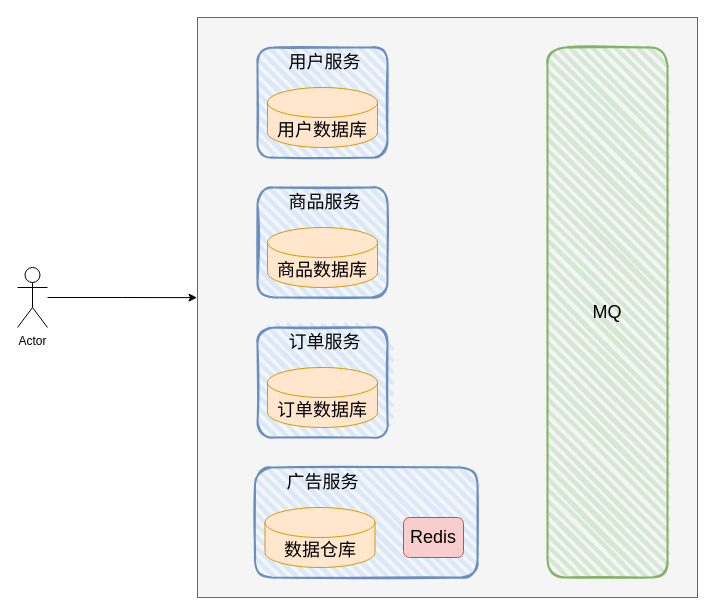
Above: 第三届字节跳动青训营/day14-微服务架构.drawio in nateshao/blog-image (draw.io), before the change. Source tidied: cells renumbered, new cells numbered last; positions are measured from the earlier drawing's top-left corner, leaving out a move shared by most shapes. Both pictures are drawn from the tidied source at 100%, with x=0, y=0 at pixel (17, 17).
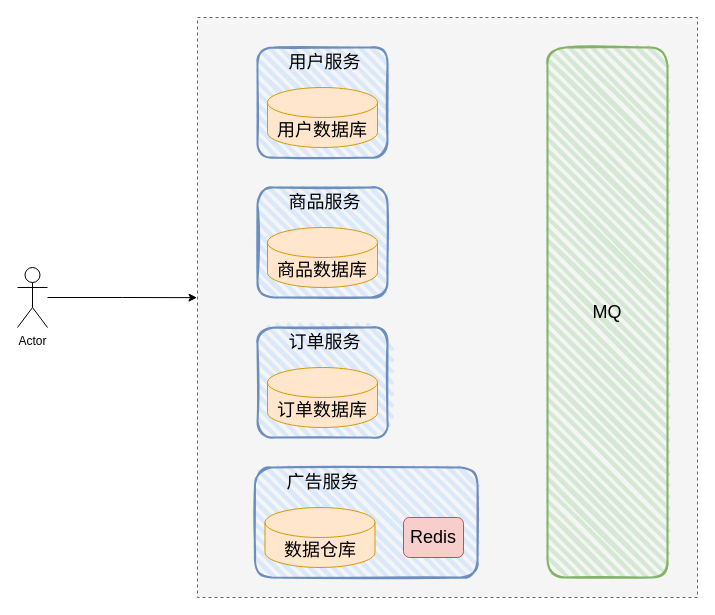
After the change.

Commit message (it also covers changes not shown here):
更新day14-微服务架构.drawio

Change to the diagram source:
```diff
@@
 <mxGraphModel>
   <root>
     <mxCell id="0" />
     <mxCell id="1" parent="0" />
-    <mxCell id="2" style="rounded=0;whiteSpace=wrap;html=1;fontSize=18;fillColor=#f5f5f5;fontColor=#333333;strokeColor=#666666;" parent="1" vertex="1">
+    <mxCell id="2" style="rounded=0;whiteSpace=wrap;html=1;fontSize=18;fillColor=#f5f5f5;fontColor=#333333;strokeColor=#666666;dashed=1;" parent="1" vertex="1">
       <mxGeometry x="180" width="500" height="580" as="geometry" />
     </mxCell>
     <mxCell id="3" style="edgeStyle=orthogonalEdgeStyle;rounded=0;jettySize=auto;html=1;entryX=-0.001;entryY=0.483;entryDx=0;entryDy=0;entryPerimeter=0;fontSize=18;" parent="1" edge="1" source="4" target="2">
       <mxGeometry relative="1" as="geometry" />
     </mxCell>
     <mxCell id="4" value="Actor" style="shape=umlActor;verticalLabelPosition=bottom;verticalAlign=top;html=1;outlineConnect=0;" parent="1" vertex="1">
       <mxGeometry y="250" width="30" height="60" as="geometry" />
     </mxCell>
     <mxCell id="5" style="rounded=1;whiteSpace=wrap;html=1;strokeWidth=2;fillWeight=4;hachureGap=8;hachureAngle=45;fillColor=#dae8fc;sketch=1;strokeColor=#6c8ebf;" parent="1" vertex="1">
       <mxGeometry x="240" y="30" width="130" height="110" as="geometry" />
     </mxCell>
     <mxCell id="6" value="&lt;font style=&quot;font-size: 18px;&quot;&gt;用户数据库&lt;/font&gt;" style="shape=cylinder3;whiteSpace=wrap;html=1;boundedLbl=1;backgroundOutline=1;size=15;fillColor=#ffe6cc;strokeColor=#d79b00;" parent="1" vertex="1">
       <mxGeometry x="250" y="70" width="110" height="60" as="geometry" />
     </mxCell>
     <mxCell id="7" value="用户服务" style="text;html=1;strokeColor=none;fillColor=none;align=center;verticalAlign=middle;whiteSpace=wrap;rounded=0;fontSize=18;" parent="1" vertex="1">
       <mxGeometry x="240" y="30" width="135" height="30" as="geometry" />
     </mxCell>
     <mxCell id="8" style="rounded=1;whiteSpace=wrap;html=1;strokeWidth=2;fillWeight=4;hachureGap=8;hachureAngle=45;fillColor=#dae8fc;sketch=1;strokeColor=#6c8ebf;" parent="1" vertex="1">
       <mxGeometry x="240" y="170" width="130" height="110" as="geometry" />
     </mxCell>
     <mxCell id="9" value="&lt;font style=&quot;font-size: 18px;&quot;&gt;商品数据库&lt;/font&gt;" style="shape=cylinder3;whiteSpace=wrap;html=1;boundedLbl=1;backgroundOutline=1;size=15;fillColor=#ffe6cc;strokeColor=#d79b00;" parent="1" vertex="1">
       <mxGeometry x="250" y="210" width="110" height="60" as="geometry" />
     </mxCell>
     <mxCell id="10" value="商品服务" style="text;html=1;strokeColor=none;fillColor=none;align=center;verticalAlign=middle;whiteSpace=wrap;rounded=0;fontSize=18;" parent="1" vertex="1">
       <mxGeometry x="240" y="170" width="135" height="30" as="geometry" />
     </mxCell>
     <mxCell id="11" style="rounded=1;whiteSpace=wrap;html=1;strokeWidth=2;fillWeight=4;hachureGap=8;hachureAngle=45;fillColor=#dae8fc;sketch=1;strokeColor=#6c8ebf;" parent="1" vertex="1">
       <mxGeometry x="240" y="310" width="130" height="110" as="geometry" />
     </mxCell>
     <mxCell id="12" value="&lt;font style=&quot;font-size: 18px;&quot;&gt;订单数据库&lt;/font&gt;" style="shape=cylinder3;whiteSpace=wrap;html=1;boundedLbl=1;backgroundOutline=1;size=15;fillColor=#ffe6cc;strokeColor=#d79b00;" parent="1" vertex="1">
       <mxGeometry x="250" y="350" width="110" height="60" as="geometry" />
     </mxCell>
     <mxCell id="13" value="订单服务" style="text;html=1;strokeColor=none;fillColor=none;align=center;verticalAlign=middle;whiteSpace=wrap;rounded=0;fontSize=18;" parent="1" vertex="1">
       <mxGeometry x="240" y="310" width="135" height="30" as="geometry" />
     </mxCell>
     <mxCell id="14" style="rounded=1;whiteSpace=wrap;html=1;strokeWidth=2;fillWeight=4;hachureGap=8;hachureAngle=45;fillColor=#dae8fc;sketch=1;strokeColor=#6c8ebf;" parent="1" vertex="1">
       <mxGeometry x="237.5" y="450" width="222.5" height="110" as="geometry" />
     </mxCell>
     <mxCell id="15" value="&lt;font style=&quot;font-size: 18px;&quot;&gt;数据仓库&lt;/font&gt;" style="shape=cylinder3;whiteSpace=wrap;html=1;boundedLbl=1;backgroundOutline=1;size=15;fillColor=#ffe6cc;strokeColor=#d79b00;" parent="1" vertex="1">
       <mxGeometry x="247.5" y="490" width="110" height="60" as="geometry" />
     </mxCell>
     <mxCell id="16" value="广告服务" style="text;html=1;strokeColor=none;fillColor=none;align=center;verticalAlign=middle;whiteSpace=wrap;rounded=0;fontSize=18;" parent="1" vertex="1">
       <mxGeometry x="237.5" y="450" width="135" height="30" as="geometry" />
     </mxCell>
     <mxCell id="17" value="Redis" style="rounded=1;whiteSpace=wrap;html=1;fontSize=18;fillColor=#f8cecc;strokeColor=#b85450;" parent="1" vertex="1">
       <mxGeometry x="386" y="500" width="60" height="40" as="geometry" />
     </mxCell>
     <mxCell id="18" value="MQ" style="rounded=1;whiteSpace=wrap;html=1;strokeWidth=2;fillWeight=4;hachureGap=8;hachureAngle=45;fillColor=#d5e8d4;sketch=1;fontSize=18;strokeColor=#82b366;" parent="1" vertex="1">
       <mxGeometry x="530" y="30" width="120" height="530" as="geometry" />
     </mxCell>
   </root>
 </mxGraphModel>
```
